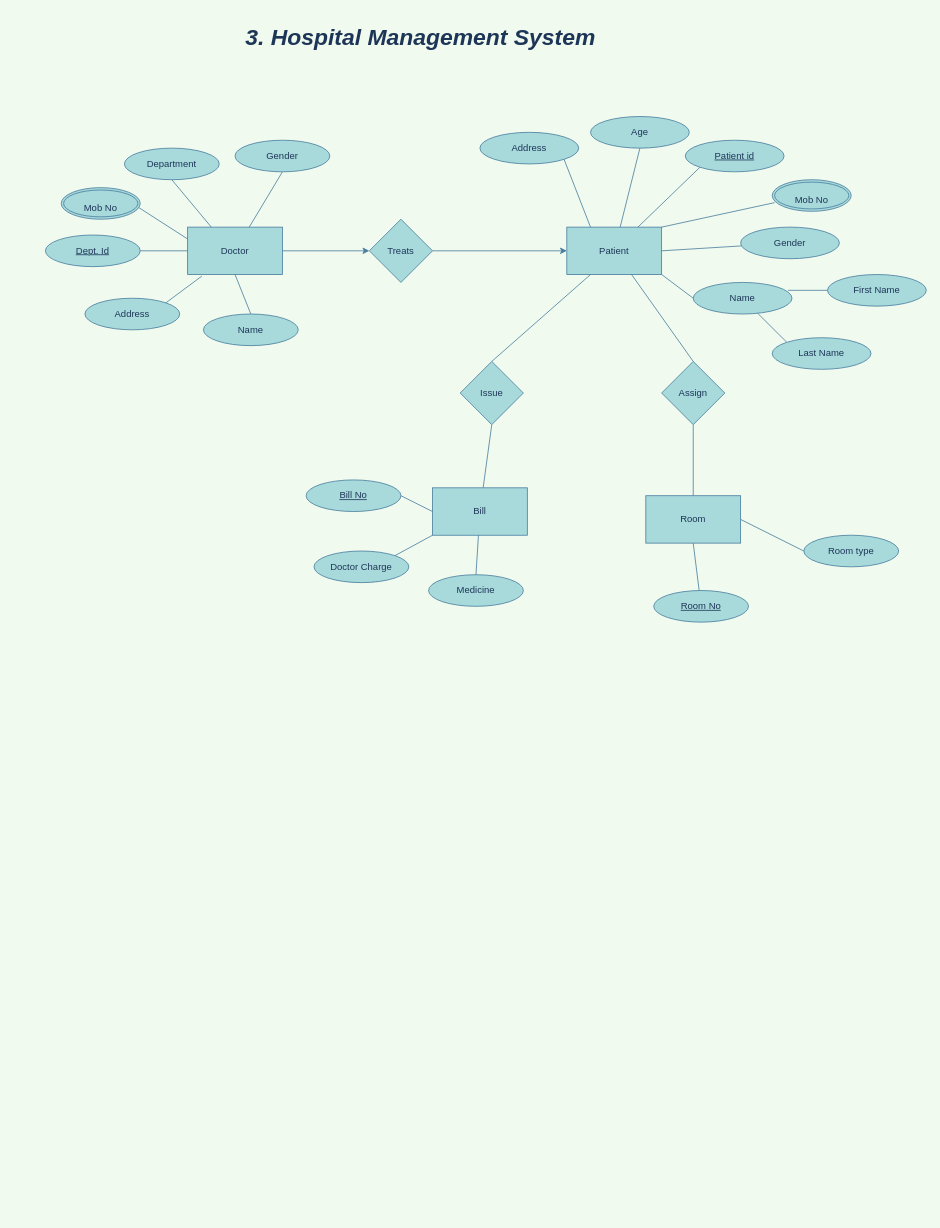
Before: ER diagram2.drawio in arrbxr/my-gallery, a draw.io diagram. Source tidied: cells renumbered, new cells numbered last; positions are measured from the earlier drawing's top-left corner, leaving out a move shared by most shapes. Both pictures are drawn from the tidied source at 79%, with x=0, y=0 at pixel (45, 13).
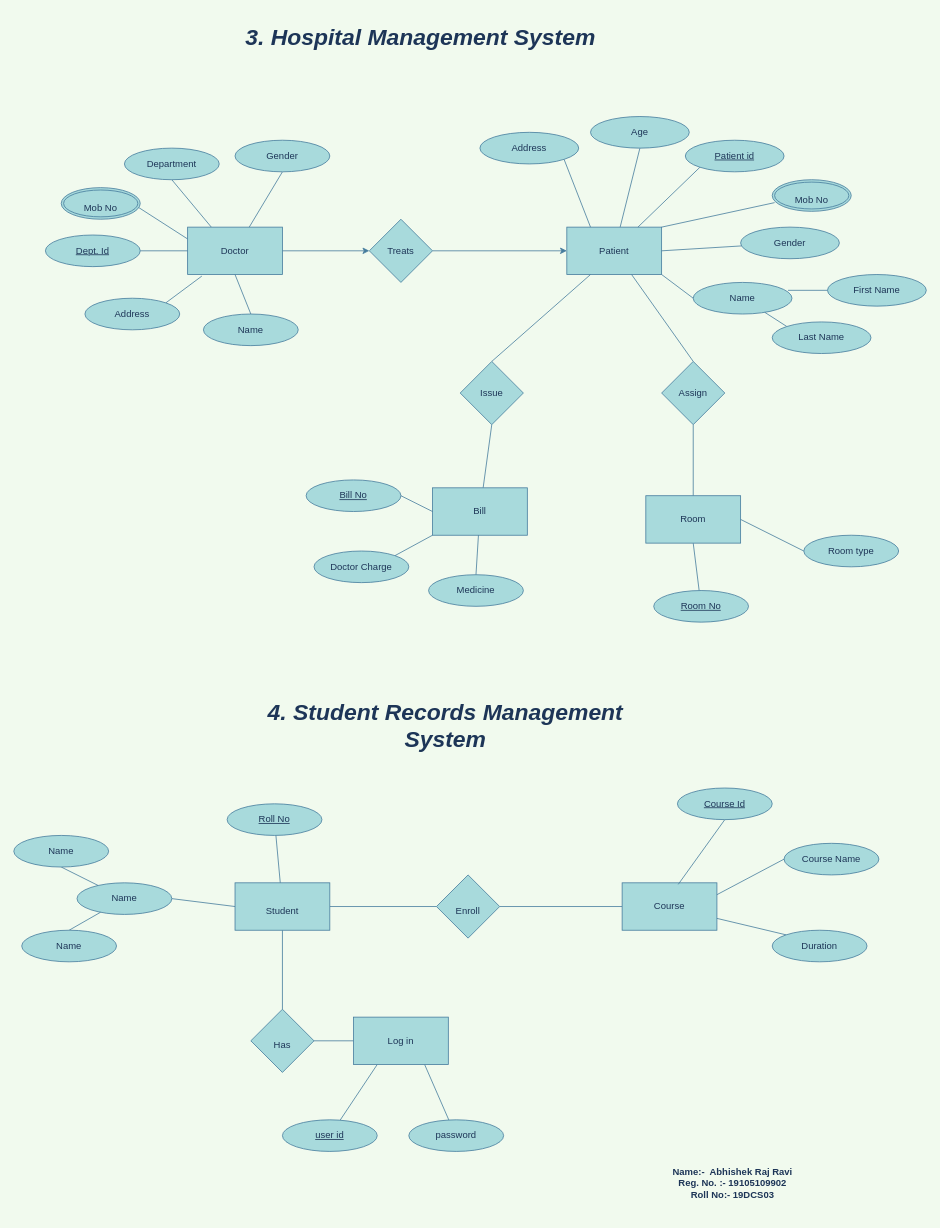
After the change.

The change refers to these unchanged cells:
```xml
<mxCell id="5" value="Doctor" style="rounded=0;whiteSpace=wrap;html=1;fillColor=#A8DADC;strokeColor=#457B9D;fontColor=#1D3557;" parent="1" vertex="1">
  <mxGeometry x="180" y="270" width="120" height="60" as="geometry" />
</mxCell>
<mxCell id="9" value="Patient" style="rounded=0;whiteSpace=wrap;html=1;fillColor=#A8DADC;strokeColor=#457B9D;fontColor=#1D3557;" parent="1" vertex="1">
  <mxGeometry x="660" y="270" width="120" height="60" as="geometry" />
</mxCell>
```

What changed in the source:
```diff
@@
-    <mxCell id="4" style="edgeStyle=none;rounded=1;sketch=0;jettySize=auto;html=1;exitX=0;exitY=0.25;exitDx=0;exitDy=0;endArrow=none;endFill=0;strokeColor=#457B9D;fillColor=#A8DADC;fontSize=29;fontColor=#1D3557;" parent="1" edge="1" source="5">
+    <mxCell id="4" style="edgeStyle=none;rounded=1;jettySize=auto;html=1;exitX=0;exitY=0.25;exitDx=0;exitDy=0;endArrow=none;endFill=0;strokeColor=#457B9D;fillColor=#A8DADC;fontSize=29;fontColor=#1D3557;" parent="1" edge="1" source="5">
       <mxGeometry relative="1" as="geometry">
         <mxPoint x="110" y="240" as="targetPoint" />
       </mxGeometry>
     </mxCell>
@@
-    <mxCell id="8" style="rounded=1;sketch=0;jettySize=auto;html=1;exitX=1;exitY=0;exitDx=0;exitDy=0;strokeColor=#457B9D;fillColor=#A8DADC;fontSize=29;fontColor=#1D3557;entryX=0.03;entryY=0.725;entryDx=0;entryDy=0;entryPerimeter=0;endArrow=none;endFill=0;" parent="1" edge="1" source="9" target="52">
+    <mxCell id="8" style="rounded=1;jettySize=auto;html=1;exitX=1;exitY=0;exitDx=0;exitDy=0;strokeColor=#457B9D;fillColor=#A8DADC;fontSize=29;fontColor=#1D3557;entryX=0.03;entryY=0.725;entryDx=0;entryDy=0;entryPerimeter=0;endArrow=none;endFill=0;" parent="1" edge="1" source="9" target="52">
       <mxGeometry relative="1" as="geometry" />
     </mxCell>
@@
     <mxCell id="50" value="Last Name" style="ellipse;whiteSpace=wrap;html=1;fillColor=#A8DADC;strokeColor=#457B9D;fontColor=#1D3557;" parent="1" vertex="1">
-      <mxGeometry x="920" y="410" width="125" height="40" as="geometry" />
+      <mxGeometry x="920" y="390" width="125" height="40" as="geometry" />
     </mxCell>
-    <mxCell id="51" value="&lt;b&gt;&lt;i&gt;3. Hospital Management System&lt;/i&gt;&lt;/b&gt;" style="text;html=1;strokeColor=none;fillColor=none;align=center;verticalAlign=middle;whiteSpace=wrap;rounded=0;sketch=0;fontColor=#1D3557;fontSize=29;" parent="1" vertex="1">
+    <mxCell id="51" value="&lt;b&gt;&lt;i&gt;3. Hospital Management System&lt;/i&gt;&lt;/b&gt;" style="text;html=1;strokeColor=none;fillColor=none;align=center;verticalAlign=middle;whiteSpace=wrap;rounded=0;fontColor=#1D3557;fontSize=29;" parent="1" vertex="1">
       <mxGeometry x="230" width="490" height="60" as="geometry" />
     </mxCell>
-    <mxCell id="52" value="&lt;font style=&quot;font-size: 12px&quot;&gt;Mob No&lt;/font&gt;" style="ellipse;shape=doubleEllipse;margin=3;whiteSpace=wrap;html=1;align=center;rounded=0;sketch=0;strokeColor=#457B9D;fillColor=#A8DADC;fontSize=29;fontColor=#1D3557;" parent="1" vertex="1">
+    <mxCell id="52" value="&lt;font style=&quot;font-size: 12px&quot;&gt;Mob No&lt;/font&gt;" style="ellipse;shape=doubleEllipse;margin=3;whiteSpace=wrap;html=1;align=center;rounded=0;strokeColor=#457B9D;fillColor=#A8DADC;fontSize=29;fontColor=#1D3557;" parent="1" vertex="1">
       <mxGeometry x="920" y="210" width="100" height="40" as="geometry" />
     </mxCell>
-    <mxCell id="53" value="&lt;font style=&quot;font-size: 12px&quot;&gt;Mob No&lt;/font&gt;" style="ellipse;shape=doubleEllipse;margin=3;whiteSpace=wrap;html=1;align=center;rounded=0;sketch=0;strokeColor=#457B9D;fillColor=#A8DADC;fontSize=29;fontColor=#1D3557;" parent="1" vertex="1">
+    <mxCell id="53" value="&lt;font style=&quot;font-size: 12px&quot;&gt;Mob No&lt;/font&gt;" style="ellipse;shape=doubleEllipse;margin=3;whiteSpace=wrap;html=1;align=center;rounded=0;strokeColor=#457B9D;fillColor=#A8DADC;fontSize=29;fontColor=#1D3557;" parent="1" vertex="1">
       <mxGeometry x="20" y="220" width="100" height="40" as="geometry" />
     </mxCell>
+    <mxCell id="54" value="&lt;b&gt;&lt;i&gt;4. Student Records Management System&lt;/i&gt;&lt;/b&gt;" style="text;html=1;strokeColor=none;fillColor=none;align=center;verticalAlign=middle;whiteSpace=wrap;rounded=0;fontSize=29;fontColor=#1D3557;" parent="1" vertex="1">
+      <mxGeometry x="253" y="891" width="507" height="20" as="geometry" />
+    </mxCell>
+    <mxCell id="55" style="edgeStyle=none;rounded=1;jettySize=auto;html=1;entryX=0.5;entryY=0;entryDx=0;entryDy=0;endArrow=none;endFill=0;strokeColor=#457B9D;fillColor=#A8DADC;fontSize=29;fontColor=#1D3557;" parent="1" edge="1" source="57" target="62">
+      <mxGeometry relative="1" as="geometry" />
+    </mxCell>
+    <mxCell id="56" style="edgeStyle=none;rounded=1;jettySize=auto;html=1;exitX=1;exitY=0.5;exitDx=0;exitDy=0;endArrow=none;endFill=0;strokeColor=#457B9D;fillColor=#A8DADC;fontSize=29;fontColor=#1D3557;" parent="1" edge="1" source="57" target="59">
+      <mxGeometry relative="1" as="geometry" />
+    </mxCell>
+    <mxCell id="57" value="&lt;font style=&quot;font-size: 12px&quot;&gt;Student&lt;/font&gt;" style="rounded=0;whiteSpace=wrap;html=1;strokeColor=#457B9D;fillColor=#A8DADC;fontSize=29;fontColor=#1D3557;" parent="1" vertex="1">
+      <mxGeometry x="240" y="1100" width="120" height="60" as="geometry" />
+    </mxCell>
+    <mxCell id="58" style="edgeStyle=none;rounded=1;jettySize=auto;html=1;exitX=1;exitY=0.5;exitDx=0;exitDy=0;entryX=0;entryY=0.5;entryDx=0;entryDy=0;endArrow=none;endFill=0;strokeColor=#457B9D;fillColor=#A8DADC;fontSize=29;fontColor=#1D3557;" parent="1" edge="1" source="59" target="60">
+      <mxGeometry relative="1" as="geometry" />
+    </mxCell>
+    <mxCell id="59" value="&lt;font style=&quot;font-size: 12px&quot;&gt;Enroll&lt;/font&gt;" style="rhombus;whiteSpace=wrap;html=1;rounded=0;strokeColor=#457B9D;fillColor=#A8DADC;fontSize=29;fontColor=#1D3557;" parent="1" vertex="1">
+      <mxGeometry x="495" y="1090" width="80" height="80" as="geometry" />
+    </mxCell>
+    <mxCell id="60" value="Course" style="rounded=0;whiteSpace=wrap;html=1;strokeColor=#457B9D;fillColor=#A8DADC;fontSize=12;fontColor=#1D3557;" parent="1" vertex="1">
+      <mxGeometry x="730" y="1100" width="120" height="60" as="geometry" />
+    </mxCell>
+    <mxCell id="61" style="edgeStyle=none;rounded=1;jettySize=auto;html=1;exitX=1;exitY=0.5;exitDx=0;exitDy=0;entryX=0;entryY=0.5;entryDx=0;entryDy=0;endArrow=none;endFill=0;strokeColor=#457B9D;fillColor=#A8DADC;fontSize=12;fontColor=#1D3557;" parent="1" edge="1" source="62" target="65">
+      <mxGeometry relative="1" as="geometry" />
+    </mxCell>
+    <mxCell id="62" value="&lt;font style=&quot;font-size: 12px&quot;&gt;Has&lt;/font&gt;" style="rhombus;whiteSpace=wrap;html=1;rounded=0;strokeColor=#457B9D;fillColor=#A8DADC;fontSize=29;fontColor=#1D3557;" parent="1" vertex="1">
+      <mxGeometry x="260" y="1260" width="80" height="80" as="geometry" />
+    </mxCell>
+    <mxCell id="63" style="edgeStyle=none;rounded=1;jettySize=auto;html=1;exitX=0.25;exitY=1;exitDx=0;exitDy=0;endArrow=none;endFill=0;strokeColor=#457B9D;fillColor=#A8DADC;fontSize=12;fontColor=#1D3557;" parent="1" edge="1" source="65" target="66">
+      <mxGeometry relative="1" as="geometry" />
+    </mxCell>
+    <mxCell id="64" style="edgeStyle=none;rounded=1;jettySize=auto;html=1;exitX=0.75;exitY=1;exitDx=0;exitDy=0;entryX=0.425;entryY=0.025;entryDx=0;entryDy=0;entryPerimeter=0;endArrow=none;endFill=0;strokeColor=#457B9D;fillColor=#A8DADC;fontSize=12;fontColor=#1D3557;" parent="1" edge="1" source="65" target="67">
+      <mxGeometry relative="1" as="geometry" />
+    </mxCell>
+    <mxCell id="65" value="Log in" style="rounded=0;whiteSpace=wrap;html=1;strokeColor=#457B9D;fillColor=#A8DADC;fontSize=12;fontColor=#1D3557;" parent="1" vertex="1">
+      <mxGeometry x="390" y="1270" width="120" height="60" as="geometry" />
+    </mxCell>
+    <mxCell id="66" value="&lt;u&gt;user id&lt;/u&gt;" style="ellipse;whiteSpace=wrap;html=1;rounded=0;strokeColor=#457B9D;fillColor=#A8DADC;fontSize=12;fontColor=#1D3557;" parent="1" vertex="1">
+      <mxGeometry x="300" y="1400" width="120" height="40" as="geometry" />
+    </mxCell>
+    <mxCell id="67" value="password" style="ellipse;whiteSpace=wrap;html=1;rounded=0;strokeColor=#457B9D;fillColor=#A8DADC;fontSize=12;fontColor=#1D3557;" parent="1" vertex="1">
+      <mxGeometry x="460" y="1400" width="120" height="40" as="geometry" />
+    </mxCell>
+    <mxCell id="68" style="edgeStyle=none;rounded=1;jettySize=auto;html=1;exitX=0.5;exitY=1;exitDx=0;exitDy=0;entryX=0.592;entryY=0.033;entryDx=0;entryDy=0;entryPerimeter=0;endArrow=none;endFill=0;strokeColor=#457B9D;fillColor=#A8DADC;fontSize=12;fontColor=#1D3557;" parent="1" edge="1" source="69" target="60">
+      <mxGeometry relative="1" as="geometry" />
+    </mxCell>
+    <mxCell id="69" value="&lt;u&gt;Course Id&lt;/u&gt;" style="ellipse;whiteSpace=wrap;html=1;rounded=0;strokeColor=#457B9D;fillColor=#A8DADC;fontSize=12;fontColor=#1D3557;" parent="1" vertex="1">
+      <mxGeometry x="800" y="980" width="120" height="40" as="geometry" />
+    </mxCell>
+    <mxCell id="70" style="edgeStyle=none;rounded=1;jettySize=auto;html=1;exitX=0;exitY=0.5;exitDx=0;exitDy=0;entryX=1;entryY=0.25;entryDx=0;entryDy=0;endArrow=none;endFill=0;strokeColor=#457B9D;fillColor=#A8DADC;fontSize=12;fontColor=#1D3557;" parent="1" edge="1" source="71" target="60">
+      <mxGeometry relative="1" as="geometry" />
+    </mxCell>
+    <mxCell id="71" value="Course Name" style="ellipse;whiteSpace=wrap;html=1;rounded=0;strokeColor=#457B9D;fillColor=#A8DADC;fontSize=12;fontColor=#1D3557;" parent="1" vertex="1">
+      <mxGeometry x="935" y="1050" width="120" height="40" as="geometry" />
+    </mxCell>
+    <mxCell id="72" style="edgeStyle=none;rounded=1;jettySize=auto;html=1;exitX=0;exitY=0;exitDx=0;exitDy=0;entryX=1;entryY=0.75;entryDx=0;entryDy=0;endArrow=none;endFill=0;strokeColor=#457B9D;fillColor=#A8DADC;fontSize=12;fontColor=#1D3557;" parent="1" edge="1" source="73" target="60">
+      <mxGeometry relative="1" as="geometry" />
+    </mxCell>
+    <mxCell id="73" value="Duration" style="ellipse;whiteSpace=wrap;html=1;rounded=0;strokeColor=#457B9D;fillColor=#A8DADC;fontSize=12;fontColor=#1D3557;" parent="1" vertex="1">
+      <mxGeometry x="920" y="1160" width="120" height="40" as="geometry" />
+    </mxCell>
+    <mxCell id="74" style="edgeStyle=none;rounded=1;jettySize=auto;html=1;endArrow=none;endFill=0;strokeColor=#457B9D;fillColor=#A8DADC;fontSize=12;fontColor=#1D3557;" parent="1" edge="1" source="75" target="57">
+      <mxGeometry relative="1" as="geometry" />
+    </mxCell>
+    <mxCell id="75" value="&lt;u&gt;Roll No&lt;/u&gt;" style="ellipse;whiteSpace=wrap;html=1;rounded=0;strokeColor=#457B9D;fillColor=#A8DADC;fontSize=12;fontColor=#1D3557;" parent="1" vertex="1">
+      <mxGeometry x="230" y="1000" width="120" height="40" as="geometry" />
+    </mxCell>
+    <mxCell id="76" style="edgeStyle=none;rounded=1;jettySize=auto;html=1;exitX=1;exitY=0.5;exitDx=0;exitDy=0;entryX=0;entryY=0.5;entryDx=0;entryDy=0;endArrow=none;endFill=0;strokeColor=#457B9D;fillColor=#A8DADC;fontSize=12;fontColor=#1D3557;" parent="1" edge="1" source="77" target="57">
+      <mxGeometry relative="1" as="geometry" />
+    </mxCell>
+    <mxCell id="77" value="Name" style="ellipse;whiteSpace=wrap;html=1;rounded=0;strokeColor=#457B9D;fillColor=#A8DADC;fontSize=12;fontColor=#1D3557;" parent="1" vertex="1">
+      <mxGeometry x="40" y="1100" width="120" height="40" as="geometry" />
+    </mxCell>
+    <mxCell id="78" style="edgeStyle=none;rounded=1;jettySize=auto;html=1;exitX=0.5;exitY=1;exitDx=0;exitDy=0;endArrow=none;endFill=0;strokeColor=#457B9D;fillColor=#A8DADC;fontSize=12;fontColor=#1D3557;" parent="1" edge="1" source="79" target="77">
+      <mxGeometry relative="1" as="geometry" />
+    </mxCell>
+    <mxCell id="79" value="Name" style="ellipse;whiteSpace=wrap;html=1;rounded=0;strokeColor=#457B9D;fillColor=#A8DADC;fontSize=12;fontColor=#1D3557;" parent="1" vertex="1">
+      <mxGeometry x="-40" y="1040" width="120" height="40" as="geometry" />
+    </mxCell>
+    <mxCell id="80" style="edgeStyle=none;rounded=1;jettySize=auto;html=1;exitX=0.5;exitY=0;exitDx=0;exitDy=0;endArrow=none;endFill=0;strokeColor=#457B9D;fillColor=#A8DADC;fontSize=12;fontColor=#1D3557;" parent="1" edge="1" source="81" target="77">
+      <mxGeometry relative="1" as="geometry" />
+    </mxCell>
+    <mxCell id="81" value="Name" style="ellipse;whiteSpace=wrap;html=1;rounded=0;strokeColor=#457B9D;fillColor=#A8DADC;fontSize=12;fontColor=#1D3557;" parent="1" vertex="1">
+      <mxGeometry x="-30" y="1160" width="120" height="40" as="geometry" />
+    </mxCell>
+    <mxCell id="82" value="&lt;b&gt;Name:-&amp;nbsp; Abhishek Raj Ravi&lt;br&gt;Reg. No. :- 19105109902&lt;br&gt;Roll No:- 19DCS03&lt;/b&gt;" style="text;html=1;strokeColor=none;fillColor=none;align=center;verticalAlign=middle;whiteSpace=wrap;rounded=0;fontSize=12;fontColor=#1D3557;" parent="1" vertex="1">
+      <mxGeometry x="760" y="1440" width="220" height="80" as="geometry" />
+    </mxCell>
```
